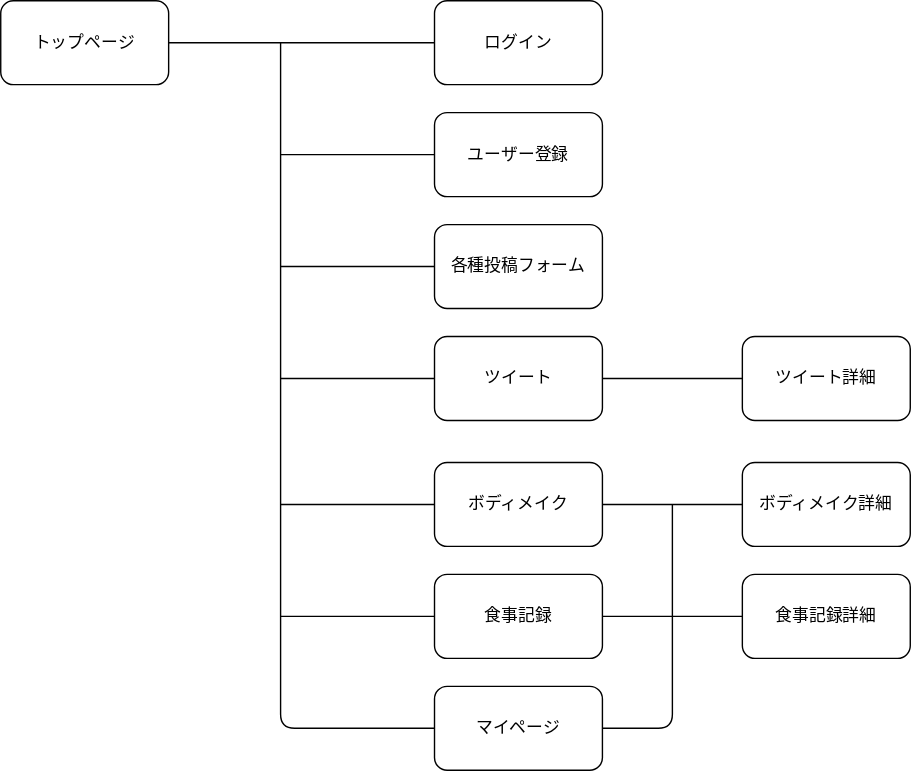
Earlier version of the draw.io export powers_image.svg (xso2/Powers). Source tidied: cells renumbered, new cells last; positions are measured from the earlier drawing's top-left corner, leaving out a move shared by most shapes.
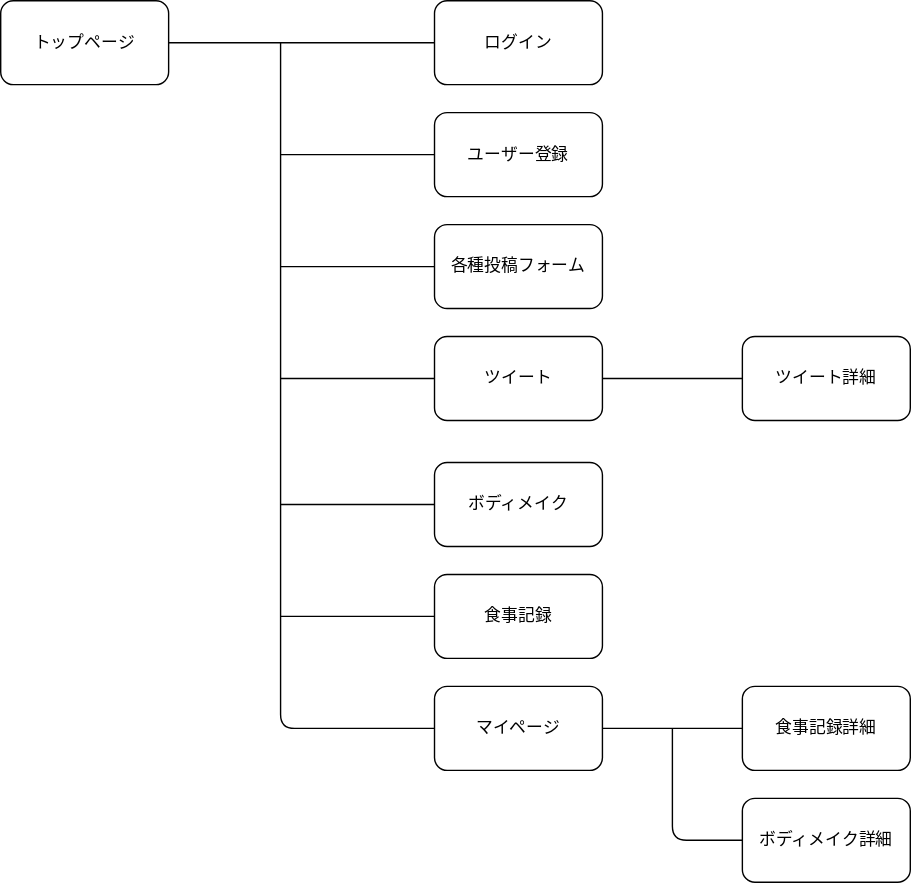
The same file after the commit.

What changed in the source:
```diff
@@ -63,20 +63,13 @@
       </mxGeometry>
     </mxCell>
     <mxCell id="17" value="ボディメイク詳細" style="rounded=1;whiteSpace=wrap;html=1;" parent="1" vertex="1">
-      <mxGeometry x="530" y="330" width="120" height="60" as="geometry" />
+      <mxGeometry x="530" y="570" width="120" height="60" as="geometry" />
     </mxCell>
-    <mxCell id="18" style="endArrow=none;html=1;entryX=0;entryY=0.5;entryDx=0;entryDy=0;exitX=1;exitY=0.5;exitDx=0;exitDy=0;" parent="1" edge="1" source="7" target="17">
-      <mxGeometry relative="1" as="geometry" />
-    </mxCell>
     <mxCell id="19" value="食事記録詳細" style="rounded=1;whiteSpace=wrap;html=1;" parent="1" vertex="1">
-      <mxGeometry x="530" y="410" width="120" height="60" as="geometry" />
+      <mxGeometry x="530" y="490" width="120" height="60" as="geometry" />
     </mxCell>
-    <mxCell id="20" style="endArrow=none;html=1;entryX=0;entryY=0.5;entryDx=0;entryDy=0;exitX=1;exitY=0.5;exitDx=0;exitDy=0;" parent="1" edge="1" source="8" target="19">
-      <mxGeometry relative="1" as="geometry" />
-    </mxCell>
-    <mxCell id="21" style="endArrow=none;html=1;exitX=1;exitY=0.5;exitDx=0;exitDy=0;" parent="1" edge="1" source="9">
+    <mxCell id="21" style="endArrow=none;html=1;exitX=1;exitY=0.5;exitDx=0;exitDy=0;entryX=0;entryY=0.5;entryDx=0;entryDy=0;" parent="1" edge="1" source="9" target="19">
       <mxGeometry relative="1" as="geometry">
-        <mxPoint x="480" y="360" as="targetPoint" />
         <Array as="points">
           <mxPoint x="480" y="520" />
         </Array>
@@ -88,5 +81,13 @@
     <mxCell id="23" style="endArrow=none;html=1;entryX=0;entryY=0.5;entryDx=0;entryDy=0;exitX=1;exitY=0.5;exitDx=0;exitDy=0;" parent="1" edge="1" source="6" target="22">
       <mxGeometry relative="1" as="geometry" />
     </mxCell>
+    <mxCell id="24" style="endArrow=none;html=1;exitX=0;exitY=0.5;exitDx=0;exitDy=0;" parent="1" edge="1" source="17">
+      <mxGeometry relative="1" as="geometry">
+        <mxPoint x="480" y="520" as="targetPoint" />
+        <Array as="points">
+          <mxPoint x="480" y="600" />
+        </Array>
+      </mxGeometry>
+    </mxCell>
   </root>
 </mxGraphModel>
```
